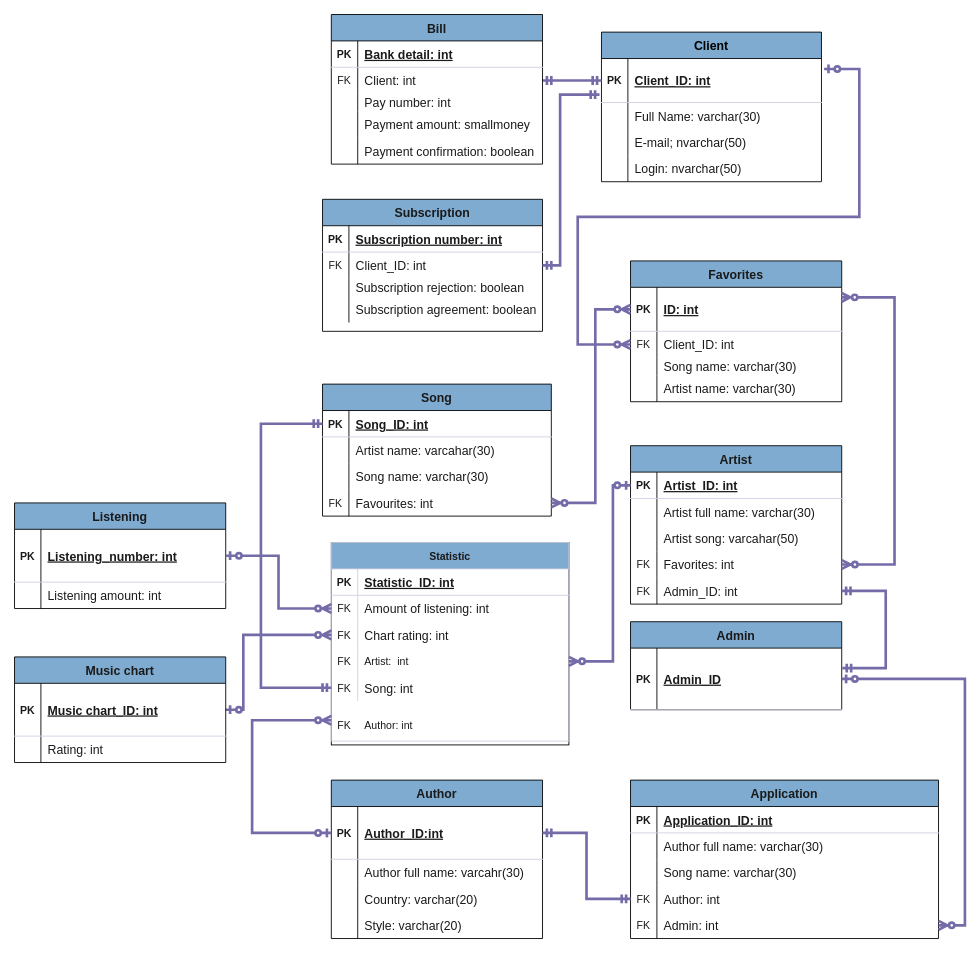
Arina-Skildeeva/Description- keeps this draw.io diagram as ER_MusicLibrary.drawio. Above is the earlier version. Source tidied: cells renumbered, new cells numbered last; positions are measured from the earlier drawing's top-left corner, leaving out a move shared by most shapes. Both pictures are drawn from the tidied source at 88%, with x=0, y=0 at pixel (14, 14).
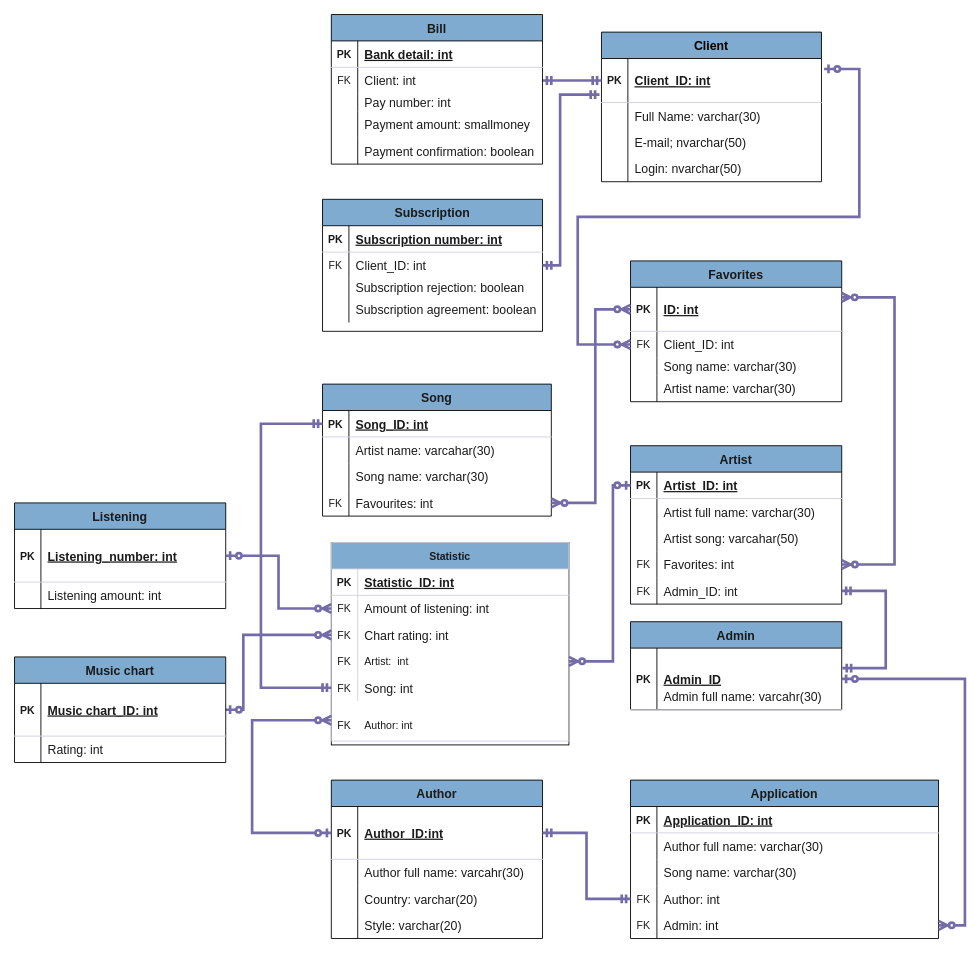
Above is the later version.

Change to the diagram source:
```diff
@@
+    <mxCell id="168" value="Admin full name: varcahr(30)" style="shape=partialRectangle;fillColor=none;top=0;left=0;bottom=0;right=0;align=left;spacingLeft=6;overflow=hidden;strokeColor=#D0CEE2;fontColor=#1A1A1A;rounded=0;fontSize=14;" parent="1" vertex="1">
+      <mxGeometry x="730" y="760" width="210" height="30" as="geometry" />
+    </mxCell>
```
